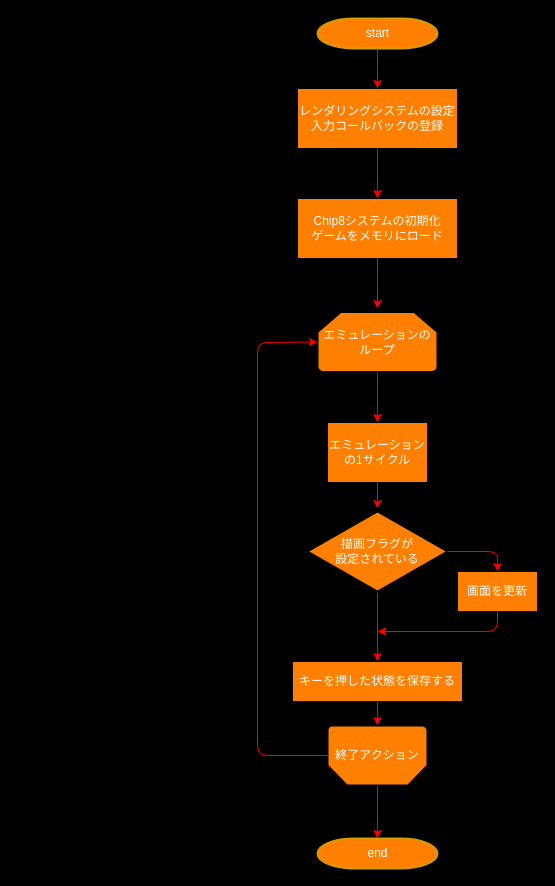
Above: Untitled Diagram.drawio in masaya-T/Chip-8 (draw.io), before the change. Source tidied: cells renumbered, new cells numbered last; positions are measured from the earlier drawing's top-left corner, leaving out a move shared by most shapes. Both pictures are drawn from the tidied source at 100%, with x=0, y=0 at pixel (257, 18).
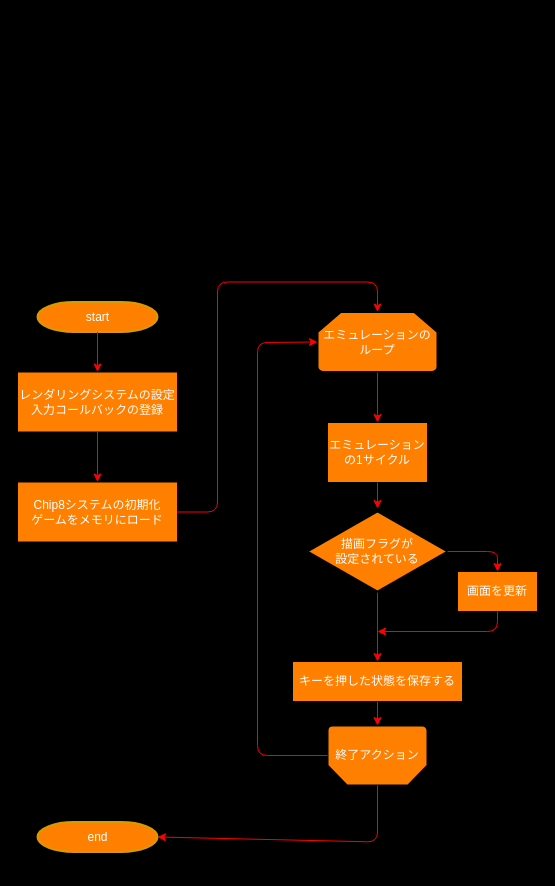
The same diagram, later.

Unchanged cells that the change refers to:
```xml
<mxCell id="8" value="エミュレーションのループ" style="strokeWidth=2;html=1;shape=mxgraph.flowchart.loop_limit;whiteSpace=wrap;rounded=0;sketch=0;fillColor=#FF8000;fontColor=#FFFFFF;" parent="1" vertex="1">
  <mxGeometry x="60" y="293.5" width="120" height="60" as="geometry" />
</mxCell>
<mxCell id="9" value="終了アクション" style="strokeWidth=2;html=1;shape=mxgraph.flowchart.loop_limit;whiteSpace=wrap;rounded=0;sketch=0;fillColor=#FF8000;fontColor=#FFFFFF;direction=west;" parent="1" vertex="1">
  <mxGeometry x="70" y="707" width="100" height="60" as="geometry" />
</mxCell>
```

What changed in the source:
```diff
@@
     <mxCell id="2" value="start" style="shape=mxgraph.flowchart.terminator;strokeWidth=2;gradientDirection=north;fontStyle=0;html=1;strokeColor=#d79b00;fillColor=#FF8000;fontColor=#FFFFFF;" parent="1" vertex="1">
-      <mxGeometry x="60" width="120" height="30" as="geometry" />
+      <mxGeometry x="-220" y="283.5" width="120" height="30" as="geometry" />
     </mxCell>
     <mxCell id="3" style="endArrow=classic;html=1;strokeColor=#FF0000;strokeWidth=1;" parent="1" edge="1" source="2">
       <mxGeometry relative="1" as="geometry">
-        <mxPoint x="120" y="70" as="targetPoint" />
+        <mxPoint x="-160" y="353.5" as="targetPoint" />
       </mxGeometry>
     </mxCell>
     <mxCell id="4" value="レンダリングシステムの設定&lt;br&gt;入力コールバックの登録" style="rounded=0;whiteSpace=wrap;html=1;sketch=0;fillColor=#FF8000;fontColor=#FFFFFF;" parent="1" vertex="1">
-      <mxGeometry x="40" y="70" width="160" height="60" as="geometry" />
+      <mxGeometry x="-240" y="353.5" width="160" height="60" as="geometry" />
     </mxCell>
     <mxCell id="5" style="endArrow=classic;html=1;strokeColor=#FF0000;strokeWidth=1;fontColor=#FFFFFF;exitX=0.5;exitY=1;exitDx=0;exitDy=0;" parent="1" edge="1" source="4">
       <mxGeometry relative="1" as="geometry">
-        <mxPoint x="120" y="180" as="targetPoint" />
+        <mxPoint x="-160" y="463.5" as="targetPoint" />
       </mxGeometry>
     </mxCell>
     <mxCell id="6" value="Chip8システムの初期化&lt;br&gt;ゲームをメモリにロード" style="rounded=0;whiteSpace=wrap;html=1;sketch=0;fillColor=#FF8000;fontColor=#FFFFFF;" parent="1" vertex="1">
-      <mxGeometry x="40" y="180" width="160" height="60" as="geometry" />
+      <mxGeometry x="-240" y="463.5" width="160" height="60" as="geometry" />
     </mxCell>
-    <mxCell id="7" style="endArrow=classic;html=1;strokeColor=#FF0000;strokeWidth=1;fontColor=#FFFFFF;exitX=0.5;exitY=1;exitDx=0;exitDy=0;" parent="1" edge="1" source="6">
+    <mxCell id="7" style="endArrow=classic;html=1;strokeColor=#FF0000;strokeWidth=1;fontColor=#FFFFFF;exitX=1;exitY=0.5;exitDx=0;exitDy=0;entryX=0.5;entryY=0;entryDx=0;entryDy=0;entryPerimeter=0;" parent="1" edge="1" source="6" target="8">
       <mxGeometry relative="1" as="geometry">
-        <mxPoint x="120" y="290" as="targetPoint" />
+        <Array as="points">
+          <mxPoint x="-40" y="493.5" />
+          <mxPoint x="-40" y="263.5" />
+          <mxPoint x="120" y="263.5" />
+        </Array>
       </mxGeometry>
     </mxCell>
@@
-    <mxCell id="21" style="endArrow=classic;html=1;strokeColor=#FF0000;strokeWidth=1;fontColor=#FFFFFF;exitX=0.5;exitY=0;exitDx=0;exitDy=0;exitPerimeter=0;" parent="1" edge="1" source="9">
+    <mxCell id="21" style="endArrow=classic;html=1;strokeColor=#FF0000;strokeWidth=1;fontColor=#FFFFFF;exitX=0.5;exitY=0;exitDx=0;exitDy=0;exitPerimeter=0;entryX=1;entryY=0.5;entryDx=0;entryDy=0;entryPerimeter=0;" parent="1" edge="1" source="9" target="22">
       <mxGeometry relative="1" as="geometry">
-        <mxPoint x="120" y="820" as="targetPoint" />
+        <Array as="points">
+          <mxPoint x="120" y="823.5" />
+        </Array>
       </mxGeometry>
     </mxCell>
     <mxCell id="22" value="end" style="shape=mxgraph.flowchart.terminator;strokeWidth=2;gradientDirection=north;fontStyle=0;html=1;strokeColor=#d79b00;fillColor=#FF8000;fontColor=#FFFFFF;" parent="1" vertex="1">
-      <mxGeometry x="60" y="820" width="120" height="30" as="geometry" />
+      <mxGeometry x="-220" y="803.5" width="120" height="30" as="geometry" />
     </mxCell>
```
